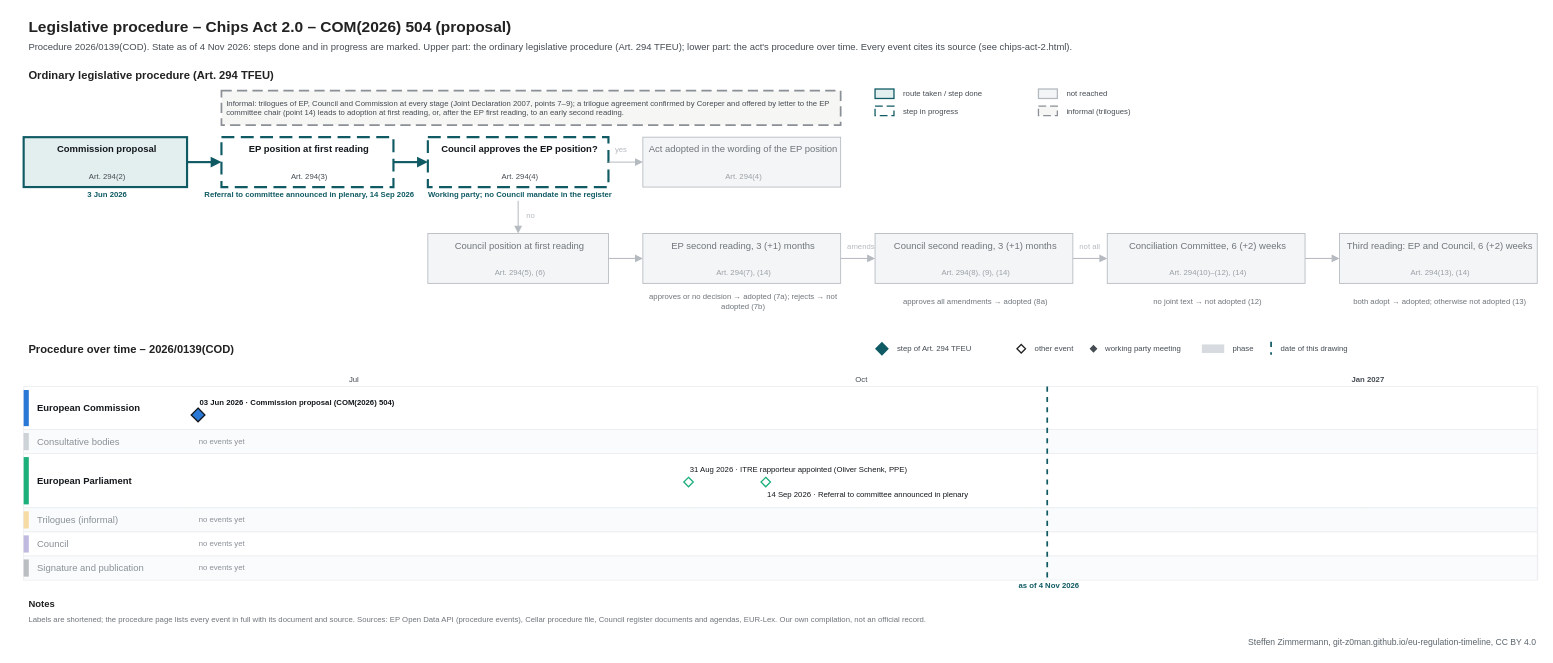
Before: procedures/chips-act-2.drawio in git-z0man/eu-regulation-timeline, a draw.io diagram. Source tidied: cells renumbered, new cells numbered last; positions are measured from the earlier drawing's top-left corner, leaving out a move shared by most shapes. Both pictures are drawn from the tidied source at 86%, with x=0, y=0 at pixel (15, 15).
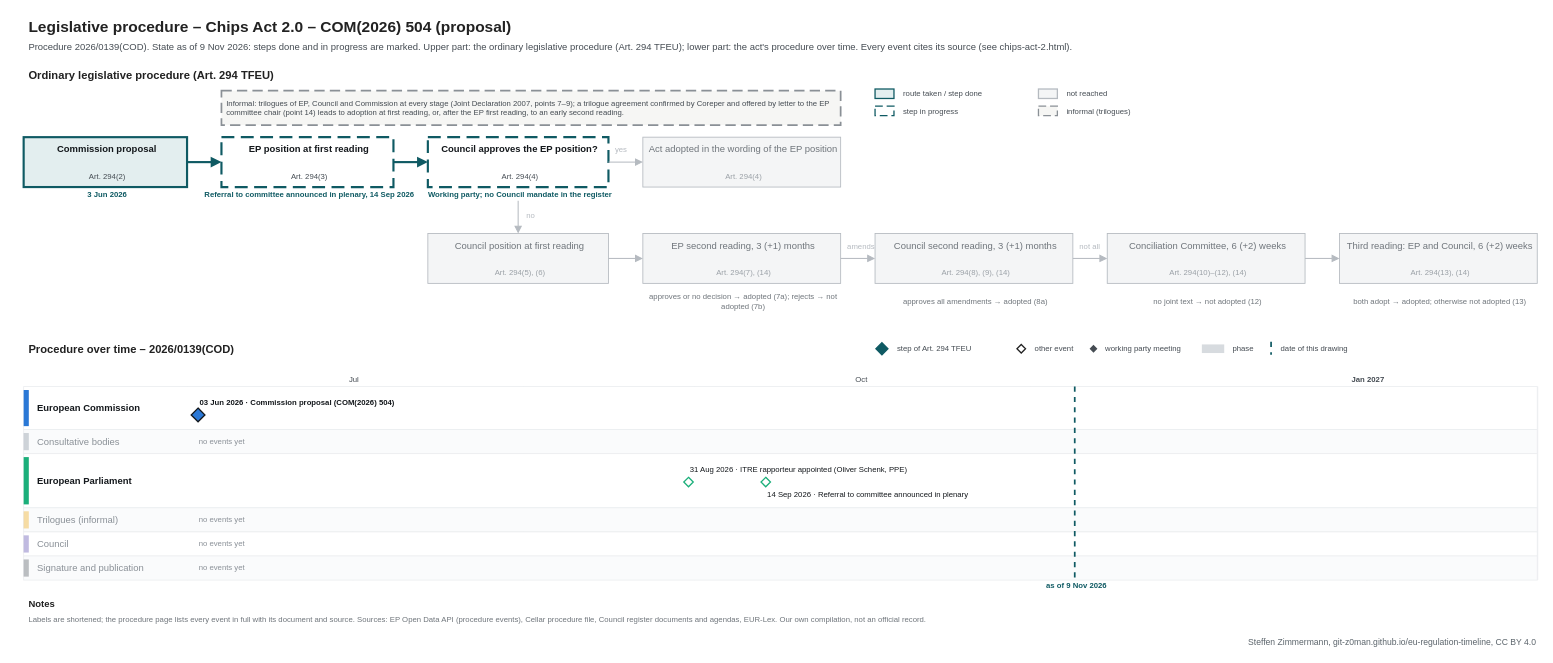
Above is the later version.

The edit, as a diff of the source:
```diff
@@
-    <mxCell id="3" value="Procedure 2026/0139(COD). State as of 4 Nov 2026: steps done and in progress are marked. Upper part: the ordinary legislative procedure (Art. 294 TFEU); lower part: the act's procedure over time. Every event cites its source (see chips-act-2.html)." style="text;html=1;fontSize=11;fontColor=#454c53;align=left;verticalAlign=middle;spacingLeft=4;" parent="1" vertex="1">
+    <mxCell id="3" value="Procedure 2026/0139(COD). State as of 9 Nov 2026: steps done and in progress are marked. Upper part: the ordinary legislative procedure (Art. 294 TFEU); lower part: the act's procedure over time. Every event cites its source (see chips-act-2.html)." style="text;html=1;fontSize=11;fontColor=#454c53;align=left;verticalAlign=middle;spacingLeft=4;" parent="1" vertex="1">
       <mxGeometry x="10" y="28" width="1700" height="18" as="geometry" />
     </mxCell>
@@
     <mxCell id="106" style="line;html=1;strokeWidth=2;strokeColor=#0f5a63;direction=south;dashed=1;" parent="1" vertex="1">
-      <mxGeometry x="1199.7" y="432" width="1" height="225" as="geometry" />
+      <mxGeometry x="1231.7" y="432" width="1" height="225" as="geometry" />
     </mxCell>
-    <mxCell id="107" value="as of 4 Nov 2026" style="text;html=1;fontSize=9;fontColor=#0f5a63;align=center;verticalAlign=middle;spacingLeft=4;fontStyle=1;" parent="1" vertex="1">
-      <mxGeometry x="1139.7" y="658" width="120" height="12" as="geometry" />
+    <mxCell id="107" value="as of 9 Nov 2026" style="text;html=1;fontSize=9;fontColor=#0f5a63;align=center;verticalAlign=middle;spacingLeft=4;fontStyle=1;" parent="1" vertex="1">
+      <mxGeometry x="1171.7" y="658" width="120" height="12" as="geometry" />
     </mxCell>
```
